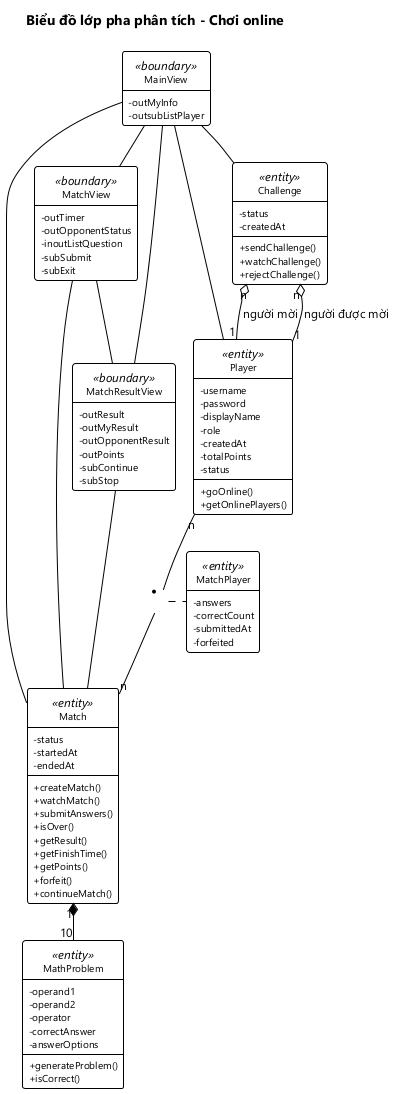
Earlier version of the PlantUML export docs/hung/lop-phan-tich-uc03.png (HungNguyenBa1811/math-dash). Source of this version:
```plantuml
@startuml lop-phan-tich-uc03
!include _theme.iuml
title Biểu đồ lớp pha phân tích - Chơi online

class MainView <<boundary>> {
  - outMyInfo
  - outsubListPlayer
}
class MatchView <<boundary>> {
  - outTimer
  - outOpponentStatus
  - inoutListQuestion
  - subSubmit
  - subExit
}
class MatchResultView <<boundary>> {
  - outResult
  - outMyResult
  - outOpponentResult
  - outPoints
  - subContinue
  - subStop
}

class Player <<entity>> {
  - username
  - password
  - displayName
  - role
  - createdAt
  - totalPoints
  - status
  + goOnline()
  + getOnlinePlayers()
}
class Challenge <<entity>> {
  - status
  - createdAt
  + sendChallenge()
  + watchChallenge()
  + rejectChallenge()
}
class Match <<entity>> {
  - status
  - startedAt
  - endedAt
  + createMatch()
  + watchMatch()
  + submitAnswers()
  + isOver()
  + getResult()
  + getFinishTime()
  + getPoints()
  + forfeit()
  + continueMatch()
}
class MatchPlayer <<entity>> {
  - answers
  - correctCount
  - submittedAt
  - forfeited
}
class MathProblem <<entity>> {
  - operand1
  - operand2
  - operator
  - correctAnswer
  - answerOptions
  + generateProblem()
  + isCorrect()
}

MainView -- MatchView
MatchView -- MatchResultView
MatchResultView -- MainView
MainView -- Player
MainView -- Challenge
MainView -- Match
MatchView -- Match
MatchResultView -- Match
Challenge "n" o-- "1" Player : người mời
Challenge "n" o-- "1" Player : người được mời
Player "n" -- "n" Match
(Player, Match) .. MatchPlayer
Match "1" *-- "10" MathProblem
@enduml
```
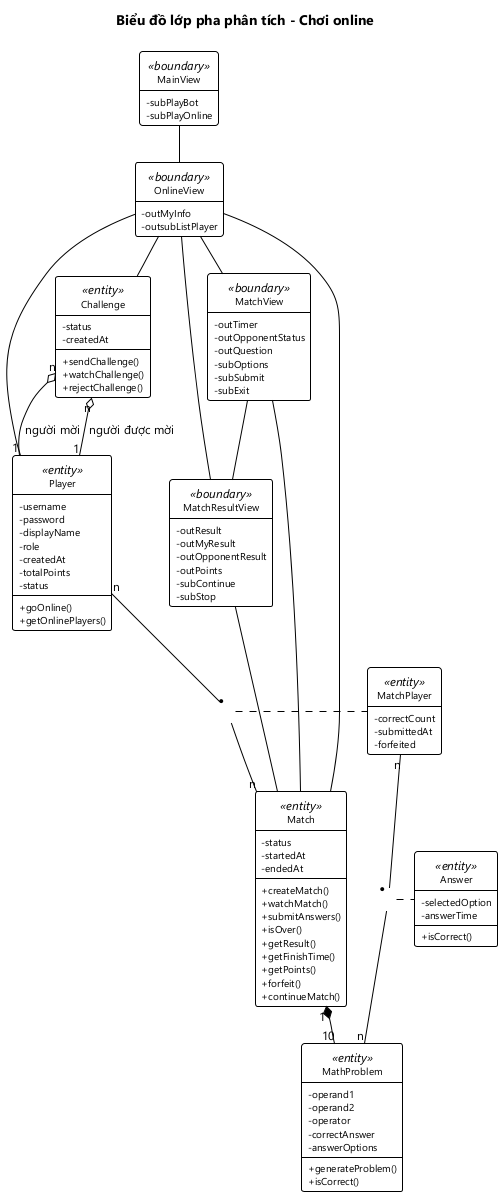
After the commit.

What changed in the source:
```diff
@@ -3,13 +3,18 @@
 title Biểu đồ lớp pha phân tích - Chơi online
 
 class MainView <<boundary>> {
+  - subPlayBot
+  - subPlayOnline
+}
+class OnlineView <<boundary>> {
   - outMyInfo
   - outsubListPlayer
 }
 class MatchView <<boundary>> {
   - outTimer
   - outOpponentStatus
-  - inoutListQuestion
+  - outQuestion
+  - subOptions
   - subSubmit
   - subExit
 }
@@ -55,10 +60,14 @@
   + continueMatch()
 }
 class MatchPlayer <<entity>> {
-  - answers
   - correctCount
   - submittedAt
   - forfeited
+}
+class Answer <<entity>> {
+  - selectedOption
+  - answerTime
+  + isCorrect()
 }
 class MathProblem <<entity>> {
   - operand1
@@ -70,12 +79,13 @@
   + isCorrect()
 }
 
-MainView -- MatchView
+MainView -- OnlineView
+OnlineView -- MatchView
 MatchView -- MatchResultView
-MatchResultView -- MainView
-MainView -- Player
-MainView -- Challenge
-MainView -- Match
+MatchResultView -- OnlineView
+OnlineView -- Player
+OnlineView -- Challenge
+OnlineView -- Match
 MatchView -- Match
 MatchResultView -- Match
 Challenge "n" o-- "1" Player : người mời
@@ -83,4 +93,6 @@
 Player "n" -- "n" Match
 (Player, Match) .. MatchPlayer
 Match "1" *-- "10" MathProblem
+MatchPlayer "n" -- "n" MathProblem
+(MatchPlayer, MathProblem) .. Answer
 @enduml
```
